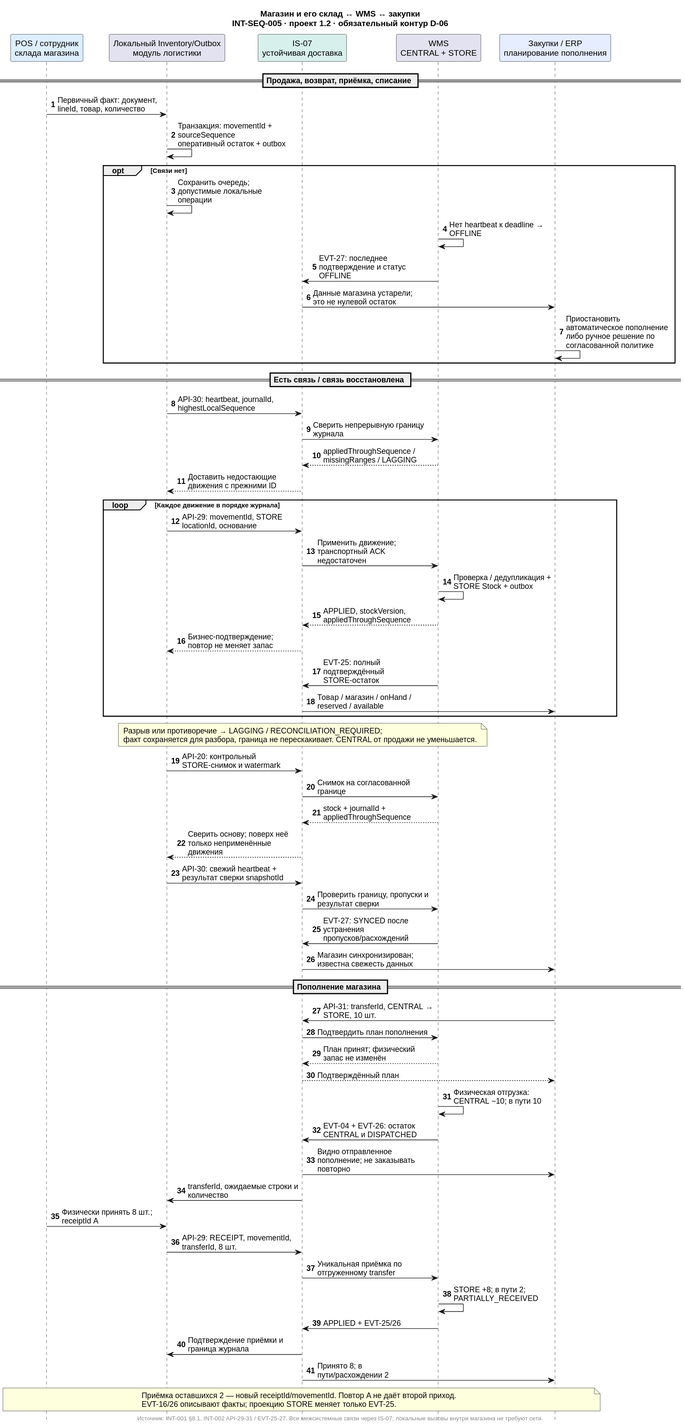
The PlantUML diagram 06_integration_architecture/diagrams/INT-SEQ-005-store-wms-procurement.svg in rsingatulin/hse_architecture, before a commit.
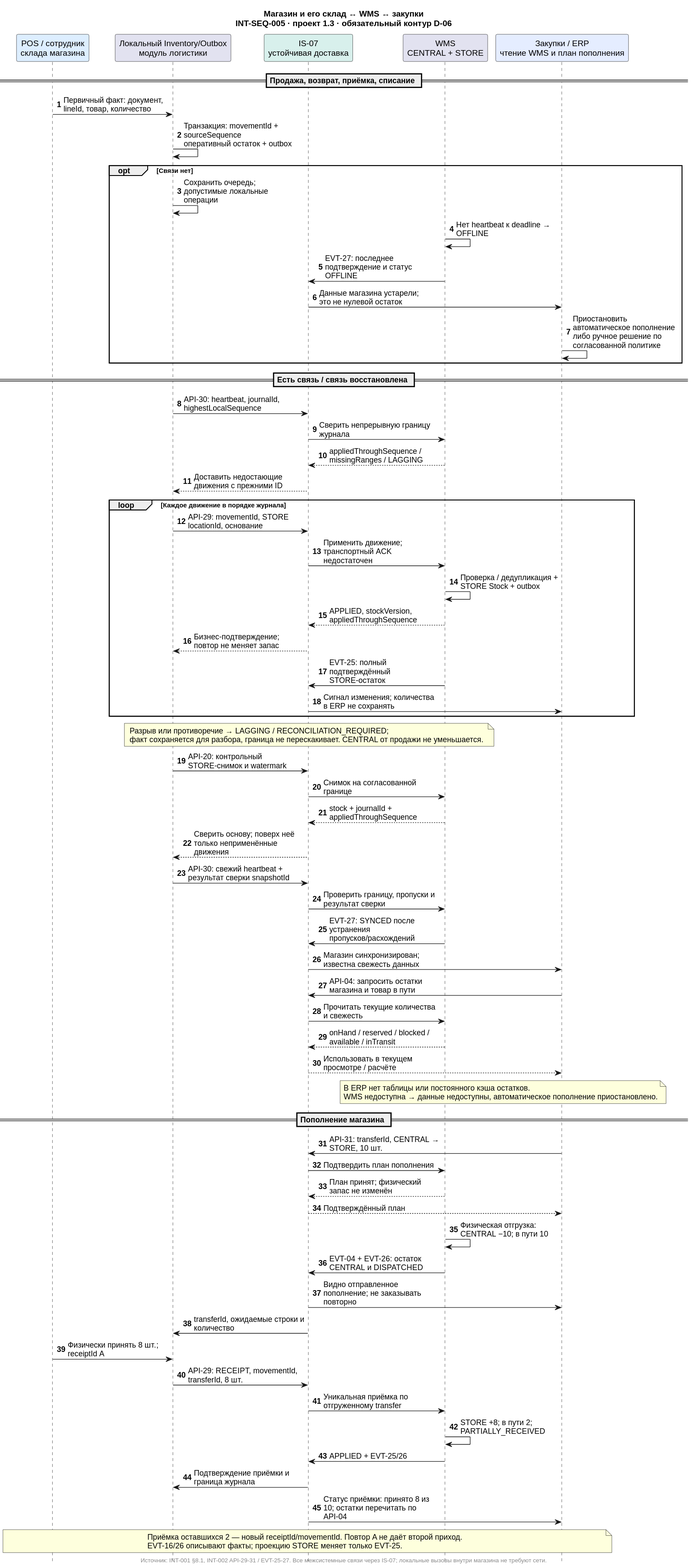
After the commit.

Change to the diagram source:
```diff
@@ -5,12 +5,12 @@
 skinparam maxMessageSize 190
 hide footbox
 autonumber
-title Магазин и его склад ↔ WMS ↔ закупки\nINT-SEQ-005 · проект 1.2 · обязательный контур D-06
+title Магазин и его склад ↔ WMS ↔ закупки\nINT-SEQ-005 · проект 1.3 · обязательный контур D-06
 participant "POS / сотрудник\nсклада магазина" as Store #DDEEFF
 participant "Локальный Inventory/Outbox\nмодуль логистики" as Local
 participant "IS-07\nустойчивая доставка" as IP #D8F0EC
 participant "WMS\nCENTRAL + STORE" as WMS
-participant "Закупки / ERP\nпланирование пополнения" as ERP #E5EDFF
+participant "Закупки / ERP\nчтение WMS и план пополнения" as ERP #E5EDFF
 == Продажа, возврат, приёмка, списание ==
 Store -> Local: Первичный факт: документ, lineId, товар, количество
 Local -> Local: Транзакция: movementId + sourceSequence\nоперативный остаток + outbox
@@ -33,7 +33,7 @@
  WMS --> IP: APPLIED, stockVersion, appliedThroughSequence
  IP --> Local: Бизнес-подтверждение; повтор не меняет запас
  WMS -> IP: EVT-25: полный подтверждённый STORE-остаток
- IP -> ERP: Товар / магазин / onHand / reserved / available
+ IP -> ERP: Сигнал изменения; количества в ERP не сохранять
 end
 note over Local,WMS: Разрыв или противоречие → LAGGING / RECONCILIATION_REQUIRED;\nфакт сохраняется для разбора, граница не перескакивает. CENTRAL от продажи не уменьшается.
 Local -> IP: API-20: контрольный STORE-снимок и watermark
@@ -44,6 +44,11 @@
 IP -> WMS: Проверить границу, пропуски и результат сверки
 WMS -> IP: EVT-27: SYNCED после устранения пропусков/расхождений
 IP -> ERP: Магазин синхронизирован; известна свежесть данных
+ERP -> IP: API-04: запросить остатки магазина и товар в пути
+IP -> WMS: Прочитать текущие количества и свежесть
+WMS --> IP: onHand / reserved / blocked / available / inTransit
+IP --> ERP: Использовать в текущем просмотре / расчёте
+note over WMS,ERP: В ERP нет таблицы или постоянного кэша остатков.\nWMS недоступна → данные недоступны, автоматическое пополнение приостановлено.
 == Пополнение магазина ==
 ERP -> IP: API-31: transferId, CENTRAL → STORE, 10 шт.
 IP -> WMS: Подтвердить план пополнения
@@ -59,7 +64,7 @@
 WMS -> WMS: STORE +8; в пути 2; PARTIALLY_RECEIVED
 WMS -> IP: APPLIED + EVT-25/26
 IP -> Local: Подтверждение приёмки и граница журнала
-IP -> ERP: Принято 8; в пути/расхождении 2
+IP -> ERP: Статус приёмки: принято 8 из 10; остатки перечитать по API-04
 note over Store,ERP: Приёмка оставшихся 2 — новый receiptId/movementId. Повтор A не даёт второй приход.\nEVT-16/26 описывают факты; проекцию STORE меняет только EVT-25.
 footer Источник: INT-001 §8.1, INT-002 API-29-31 / EVT-25-27. Все межсистемные связи через IS-07; локальные вызовы внутри магазина не требуют сети.
 @enduml
```
